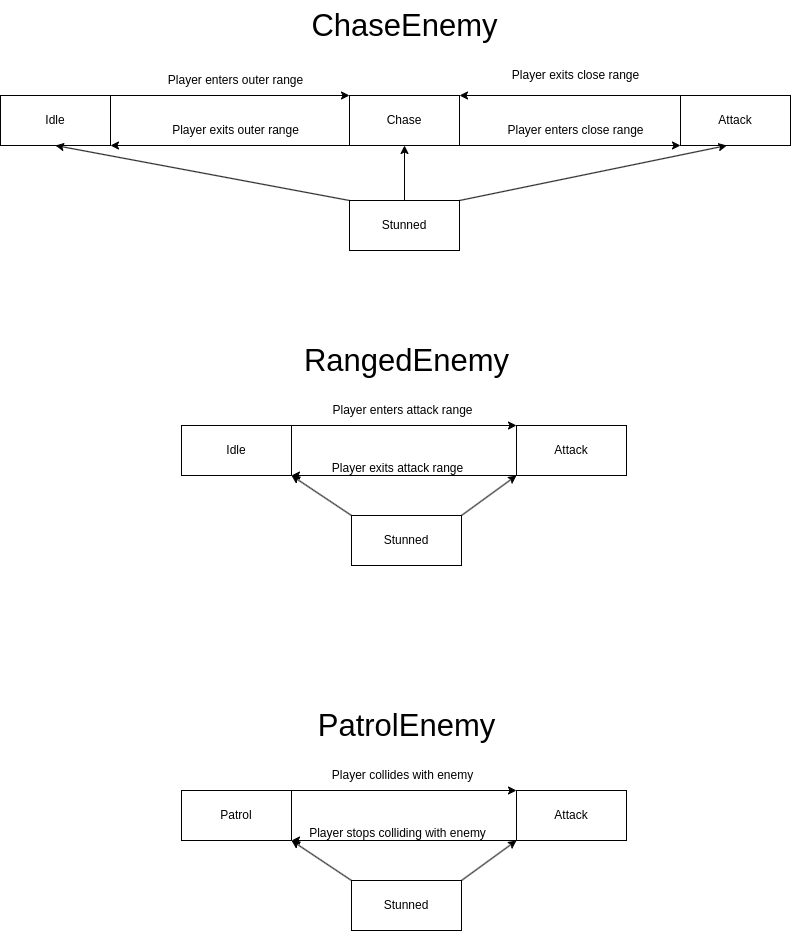
The draw.io diagram Resources/EnemyStateDiagram.png in Mex777/BCC, before a commit. Source tidied: cells renumbered, new cells last; positions are measured from the earlier drawing's top-left corner, leaving out a move shared by most shapes. The source it was exported from:
```xml
<mxGraphModel>
  <root>
    <mxCell id="0" />
    <mxCell id="1" parent="0" />
    <mxCell id="2" style="endArrow=classic;html=1;rounded=0;entryX=0;entryY=0;entryDx=0;entryDy=0;exitX=1;exitY=0;exitDx=0;exitDy=0;" parent="1" edge="1" source="4" target="5">
      <mxGeometry relative="1" as="geometry" />
    </mxCell>
    <mxCell id="3" value="Player enters outer range" style="text;html=1;align=center;verticalAlign=middle;points=[];strokeColor=none;fillColor=none;" parent="1" vertex="1">
      <mxGeometry x="155" y="65" width="160" height="30" as="geometry" />
    </mxCell>
    <mxCell id="4" value="Idle" style="html=1;whiteSpace=wrap;" parent="1" vertex="1">
      <mxGeometry y="95" width="110" height="50" as="geometry" />
    </mxCell>
    <mxCell id="5" value="Chase" style="html=1;whiteSpace=wrap;" parent="1" vertex="1">
      <mxGeometry x="349" y="95" width="110" height="50" as="geometry" />
    </mxCell>
    <mxCell id="6" value="Attack" style="html=1;whiteSpace=wrap;" parent="1" vertex="1">
      <mxGeometry x="680" y="95" width="110" height="50" as="geometry" />
    </mxCell>
    <mxCell id="7" value="Stunned" style="html=1;whiteSpace=wrap;" parent="1" vertex="1">
      <mxGeometry x="349" y="200" width="110" height="50" as="geometry" />
    </mxCell>
    <mxCell id="8" style="endArrow=classic;html=1;rounded=0;exitX=0;exitY=0;exitDx=0;exitDy=0;entryX=1;entryY=0;entryDx=0;entryDy=0;" parent="1" edge="1" source="6" target="5">
      <mxGeometry relative="1" as="geometry" />
    </mxCell>
    <mxCell id="9" value="Player exits close range" style="text;html=1;align=center;verticalAlign=middle;strokeColor=none;fillColor=none;rotation=0;rounded=0;" parent="1" vertex="1">
      <mxGeometry x="500" y="60" width="150" height="30" as="geometry" />
    </mxCell>
    <mxCell id="10" style="endArrow=classic;html=1;rounded=0;exitX=0;exitY=1;exitDx=0;exitDy=0;entryX=1;entryY=1;entryDx=0;entryDy=0;" parent="1" edge="1" source="5" target="4">
      <mxGeometry relative="1" as="geometry" />
    </mxCell>
    <mxCell id="11" style="endArrow=classic;html=1;rounded=0;entryX=0;entryY=1;entryDx=0;entryDy=0;exitX=1;exitY=1;exitDx=0;exitDy=0;" parent="1" edge="1" source="5" target="6">
      <mxGeometry relative="1" as="geometry" />
    </mxCell>
    <mxCell id="12" value="Player enters close range" style="text;html=1;align=center;verticalAlign=middle;strokeColor=none;fillColor=none;rotation=0;" parent="1" vertex="1">
      <mxGeometry x="495" y="115" width="160" height="30" as="geometry" />
    </mxCell>
    <mxCell id="13" value="Player exits outer range" style="text;html=1;align=center;verticalAlign=middle;points=[];strokeColor=none;fillColor=none;" parent="1" vertex="1">
      <mxGeometry x="160" y="115" width="150" height="30" as="geometry" />
    </mxCell>
    <mxCell id="14" style="endArrow=classic;html=1;rounded=0;entryX=0.422;entryY=1;entryDx=0;entryDy=0;entryPerimeter=0;exitX=1;exitY=0;exitDx=0;exitDy=0;" parent="1" edge="1" source="7" target="6">
      <mxGeometry relative="1" as="geometry" />
    </mxCell>
    <mxCell id="15" style="endArrow=classic;html=1;rounded=0;entryX=0.5;entryY=1;entryDx=0;entryDy=0;exitX=0.5;exitY=0;exitDx=0;exitDy=0;" parent="1" edge="1" source="7" target="5">
      <mxGeometry relative="1" as="geometry" />
    </mxCell>
    <mxCell id="16" style="endArrow=classic;html=1;rounded=0;entryX=0.5;entryY=1;entryDx=0;entryDy=0;exitX=0;exitY=0;exitDx=0;exitDy=0;" parent="1" edge="1" source="7" target="4">
      <mxGeometry relative="1" as="geometry" />
    </mxCell>
    <mxCell id="17" value="&lt;font style=&quot;font-size: 31px;&quot;&gt;ChaseEnemy&lt;/font&gt;" style="text;html=1;align=center;verticalAlign=middle;strokeColor=none;fillColor=none;" parent="1" vertex="1">
      <mxGeometry x="299" width="210" height="50" as="geometry" />
    </mxCell>
    <mxCell id="18" value="Stunned" style="html=1;whiteSpace=wrap;" parent="1" vertex="1">
      <mxGeometry x="351" y="515" width="110" height="50" as="geometry" />
    </mxCell>
    <mxCell id="19" style="endArrow=classic;html=1;rounded=0;exitX=1;exitY=0;exitDx=0;exitDy=0;entryX=0;entryY=1;entryDx=0;entryDy=0;" parent="1" edge="1" source="18" target="23">
      <mxGeometry relative="1" as="geometry" />
    </mxCell>
    <mxCell id="20" style="endArrow=classic;html=1;rounded=0;entryX=1;entryY=1;entryDx=0;entryDy=0;exitX=0;exitY=0;exitDx=0;exitDy=0;" parent="1" edge="1" source="18" target="22">
      <mxGeometry relative="1" as="geometry" />
    </mxCell>
    <mxCell id="21" value="&lt;font style=&quot;font-size: 31px;&quot;&gt;RangedEnemy&lt;/font&gt;" style="text;html=1;align=center;verticalAlign=middle;strokeColor=none;fillColor=none;" parent="1" vertex="1">
      <mxGeometry x="291" y="335" width="230" height="50" as="geometry" />
    </mxCell>
    <mxCell id="22" value="Idle" style="html=1;whiteSpace=wrap;" parent="1" vertex="1">
      <mxGeometry x="181" y="425" width="110" height="50" as="geometry" />
    </mxCell>
    <mxCell id="23" value="Attack" style="html=1;whiteSpace=wrap;" parent="1" vertex="1">
      <mxGeometry x="516" y="425" width="110" height="50" as="geometry" />
    </mxCell>
    <mxCell id="24" style="endArrow=classic;html=1;rounded=0;entryX=0;entryY=0;entryDx=0;entryDy=0;exitX=1;exitY=0;exitDx=0;exitDy=0;" parent="1" edge="1" source="22" target="23">
      <mxGeometry relative="1" as="geometry" />
    </mxCell>
    <mxCell id="25" value="Player enters attack range" style="text;html=1;align=center;verticalAlign=middle;strokeColor=none;fillColor=none;" parent="1" vertex="1">
      <mxGeometry x="322" y="395" width="160" height="30" as="geometry" />
    </mxCell>
    <mxCell id="26" style="endArrow=classic;html=1;rounded=0;entryX=1;entryY=1;entryDx=0;entryDy=0;exitX=0;exitY=1;exitDx=0;exitDy=0;" parent="1" edge="1" source="23" target="22">
      <mxGeometry relative="1" as="geometry" />
    </mxCell>
    <mxCell id="27" value="Player exits attack range" style="text;html=1;align=center;verticalAlign=middle;strokeColor=none;fillColor=none;" parent="1" vertex="1">
      <mxGeometry x="322" y="453" width="150" height="30" as="geometry" />
    </mxCell>
    <mxCell id="28" value="Stunned" style="html=1;whiteSpace=wrap;" parent="1" vertex="1">
      <mxGeometry x="351" y="880" width="110" height="50" as="geometry" />
    </mxCell>
    <mxCell id="29" style="endArrow=classic;html=1;rounded=0;exitX=1;exitY=0;exitDx=0;exitDy=0;entryX=0;entryY=1;entryDx=0;entryDy=0;" parent="1" edge="1" source="28" target="33">
      <mxGeometry relative="1" as="geometry" />
    </mxCell>
    <mxCell id="30" style="endArrow=classic;html=1;rounded=0;entryX=1;entryY=1;entryDx=0;entryDy=0;exitX=0;exitY=0;exitDx=0;exitDy=0;" parent="1" edge="1" source="28" target="32">
      <mxGeometry relative="1" as="geometry" />
    </mxCell>
    <mxCell id="31" value="&lt;font style=&quot;font-size: 31px;&quot;&gt;PatrolEnemy&lt;/font&gt;" style="text;html=1;align=center;verticalAlign=middle;strokeColor=none;fillColor=none;" parent="1" vertex="1">
      <mxGeometry x="306" y="700" width="200" height="50" as="geometry" />
    </mxCell>
    <mxCell id="32" value="Patrol" style="html=1;whiteSpace=wrap;" parent="1" vertex="1">
      <mxGeometry x="181" y="790" width="110" height="50" as="geometry" />
    </mxCell>
    <mxCell id="33" value="Attack" style="html=1;whiteSpace=wrap;" parent="1" vertex="1">
      <mxGeometry x="516" y="790" width="110" height="50" as="geometry" />
    </mxCell>
    <mxCell id="34" style="endArrow=classic;html=1;rounded=0;entryX=0;entryY=0;entryDx=0;entryDy=0;exitX=1;exitY=0;exitDx=0;exitDy=0;" parent="1" edge="1" source="32" target="33">
      <mxGeometry relative="1" as="geometry" />
    </mxCell>
    <mxCell id="35" value="Player collides with enemy" style="text;html=1;align=center;verticalAlign=middle;strokeColor=none;fillColor=none;" parent="1" vertex="1">
      <mxGeometry x="322" y="760" width="160" height="30" as="geometry" />
    </mxCell>
    <mxCell id="36" style="endArrow=classic;html=1;rounded=0;entryX=1;entryY=1;entryDx=0;entryDy=0;exitX=0;exitY=1;exitDx=0;exitDy=0;" parent="1" edge="1" source="33" target="32">
      <mxGeometry relative="1" as="geometry" />
    </mxCell>
    <mxCell id="37" value="Player stops colliding with enemy" style="text;html=1;align=center;verticalAlign=middle;strokeColor=none;fillColor=none;" parent="1" vertex="1">
      <mxGeometry x="297" y="818" width="200" height="30" as="geometry" />
    </mxCell>
  </root>
</mxGraphModel>
```
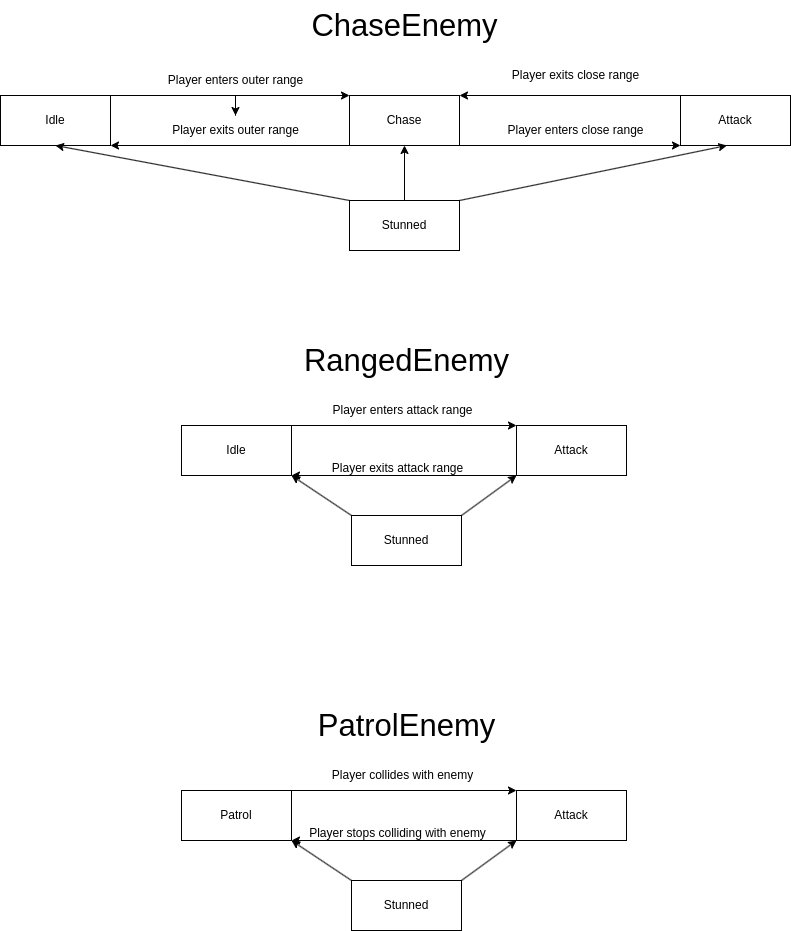
The same file after the commit.

Diff of the diagram source:
```diff
@@ -1,10 +1,13 @@
-<mxGraphModel>
+<mxGraphModel background="#ffffff">
   <root>
     <mxCell id="0" />
     <mxCell id="1" parent="0" />
     <mxCell id="2" style="endArrow=classic;html=1;rounded=0;entryX=0;entryY=0;entryDx=0;entryDy=0;exitX=1;exitY=0;exitDx=0;exitDy=0;" parent="1" edge="1" source="4" target="5">
       <mxGeometry relative="1" as="geometry" />
     </mxCell>
+    <mxCell id="38" style="edgeStyle=orthogonalEdgeStyle;rounded=0;jettySize=auto;html=1;" parent="1" edge="1" source="3" target="13">
+      <mxGeometry relative="1" as="geometry" />
+    </mxCell>
     <mxCell id="3" value="Player enters outer range" style="text;html=1;align=center;verticalAlign=middle;points=[];strokeColor=none;fillColor=none;" parent="1" vertex="1">
       <mxGeometry x="155" y="65" width="160" height="30" as="geometry" />
     </mxCell>
```
